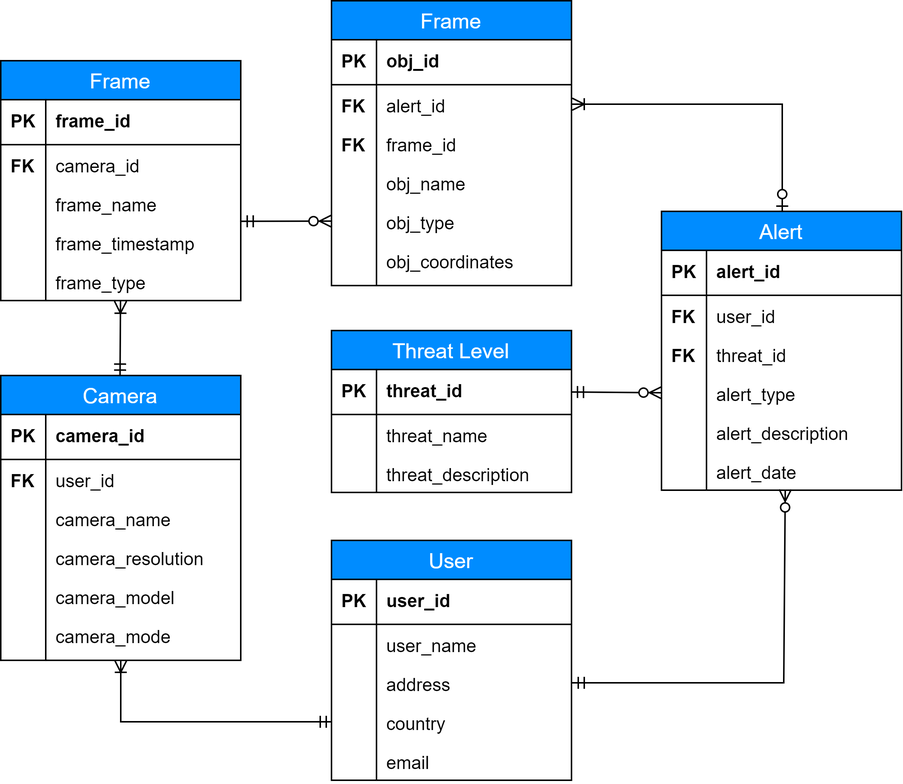
Before: 3. Design/7. Database/logic_model.png, a diagram exported from draw.io (esrg-silent-howl/argos). Source tidied: cells renumbered, new cells last; positions are measured from the earlier drawing's top-left corner, leaving out a move shared by most shapes.
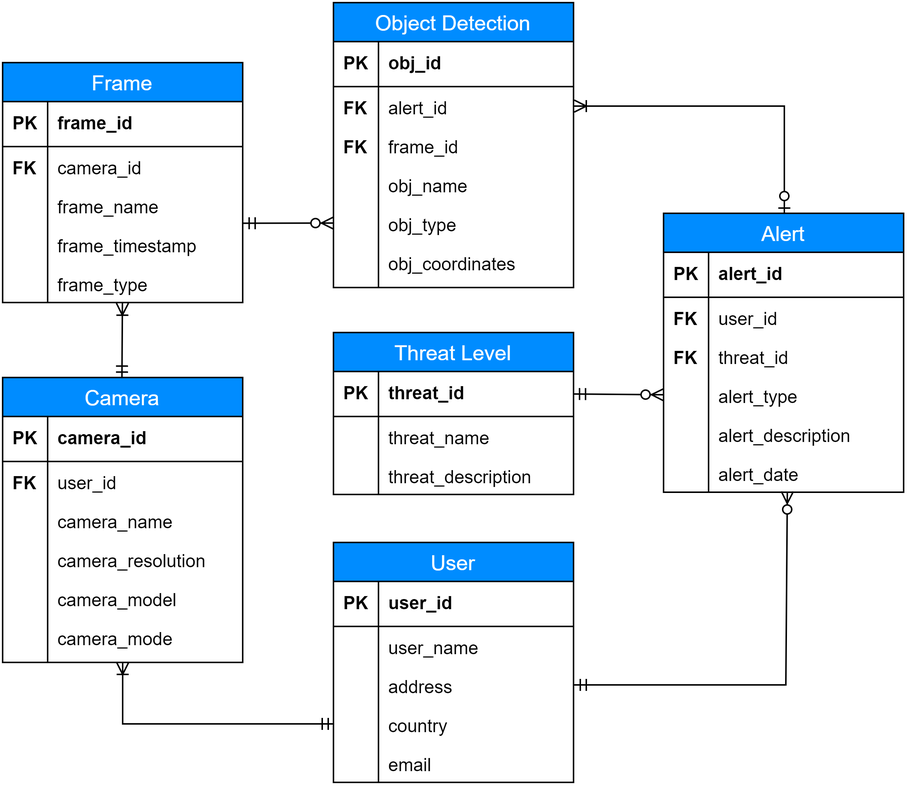
The same diagram one commit later.

Commit message:
ADD: Local Storage, FIX: Logic Model

What changed in the source:
```diff
@@ -35,7 +35,7 @@
     <mxCell id="12" style="shape=partialRectangle;top=0;left=0;bottom=0;fillColor=none;align=left;verticalAlign=top;spacingLeft=4;spacingRight=4;overflow=hidden;fontSize=12;" parent="11" vertex="1">
       <mxGeometry width="30" height="26" as="geometry" />
     </mxCell>
-    <mxCell id="13" value="Frame" style="swimlane;fontStyle=0;horizontal=1;startSize=26;fillColor=#008CFF;swimlaneFillColor=#ffffff;align=center;fontSize=14;fontColor=#FFFFFF;" parent="1" vertex="1">
+    <mxCell id="13" value="Object Detection" style="swimlane;fontStyle=0;horizontal=1;startSize=26;fillColor=#008CFF;swimlaneFillColor=#ffffff;align=center;fontSize=14;fontColor=#FFFFFF;" parent="1" vertex="1">
       <mxGeometry x="220.5" width="160" height="190" as="geometry" />
     </mxCell>
     <mxCell id="14" value="obj_id" style="shape=partialRectangle;top=0;left=0;right=0;bottom=1;align=left;verticalAlign=middle;fillColor=none;spacingLeft=34;spacingRight=4;overflow=hidden;fontStyle=1;fontSize=12;" parent="13" vertex="1">
```
